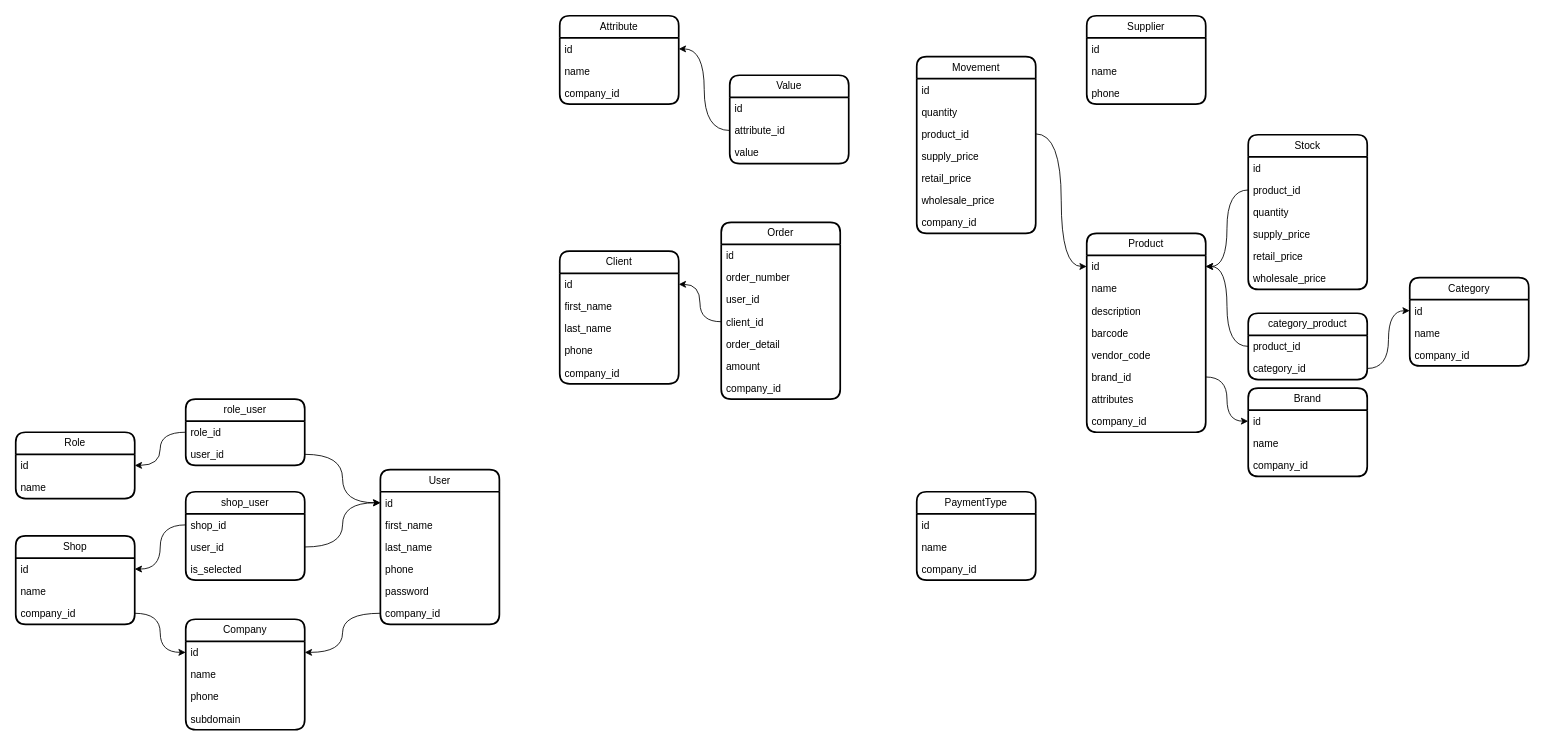
The draw.io diagram page "v3" (1 of 3) of karsoft-wsm.drawio in iztileuoff/databases, before the edit. Source tidied: cells renumbered, new cells numbered last; positions are measured from the earlier drawing's top-left corner, leaving out a move shared by most shapes. Both pictures are drawn from the tidied source at 85%, with x=0, y=0 at pixel (15, 15).
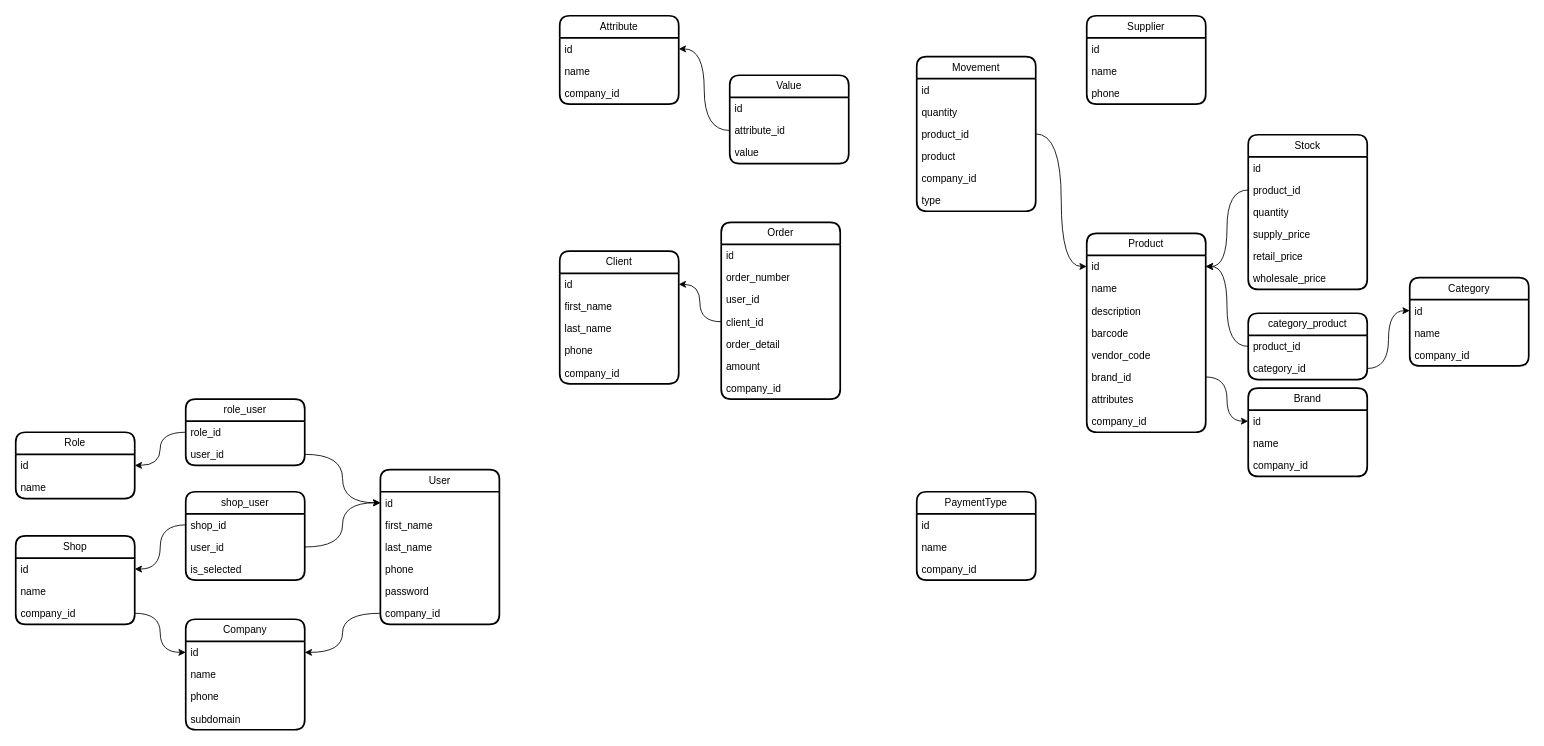
The same diagram, later.

Change to the diagram source:
```diff
@@
     <mxCell id="46" value="Movement" style="swimlane;fontStyle=0;horizontal=1;startSize=26;fillColor=none;whiteSpace=wrap;html=1;rounded=1;shadow=0;glass=0;strokeWidth=2;" parent="1" vertex="1">
-      <mxGeometry x="1060" y="48" width="140" height="208" as="geometry" />
+      <mxGeometry x="1060" y="48" width="140" height="182" as="geometry" />
     </mxCell>
@@
-    <mxCell id="50" value="supply_price" style="text;strokeColor=none;fillColor=none;align=left;verticalAlign=top;spacingLeft=4;spacingRight=4;overflow=hidden;whiteSpace=wrap;html=1;" parent="46" vertex="1">
+    <mxCell id="50" value="product" style="text;strokeColor=none;fillColor=none;align=left;verticalAlign=top;spacingLeft=4;spacingRight=4;overflow=hidden;whiteSpace=wrap;html=1;" parent="46" vertex="1">
       <mxGeometry y="104" width="140" height="26" as="geometry" />
     </mxCell>
-    <mxCell id="51" value="retail_price" style="text;strokeColor=none;fillColor=none;align=left;verticalAlign=top;spacingLeft=4;spacingRight=4;overflow=hidden;whiteSpace=wrap;html=1;" parent="46" vertex="1">
-      <mxGeometry y="130" width="140" height="26" as="geometry" />
-    </mxCell>
-    <mxCell id="52" value="wholesale_price" style="text;strokeColor=none;fillColor=none;align=left;verticalAlign=top;spacingLeft=4;spacingRight=4;overflow=hidden;whiteSpace=wrap;html=1;" parent="46" vertex="1">
-      <mxGeometry y="156" width="140" height="26" as="geometry" />
-    </mxCell>
     <mxCell id="53" value="company_id" style="text;strokeColor=none;fillColor=none;align=left;verticalAlign=top;spacingLeft=4;spacingRight=4;overflow=hidden;whiteSpace=wrap;html=1;" parent="46" vertex="1">
-      <mxGeometry y="182" width="140" height="26" as="geometry" />
+      <mxGeometry y="130" width="140" height="26" as="geometry" />
     </mxCell>
+    <mxCell id="106" value="type" style="text;strokeColor=none;fillColor=none;align=left;verticalAlign=top;spacingLeft=4;spacingRight=4;overflow=hidden;whiteSpace=wrap;html=1;" parent="46" vertex="1">
+      <mxGeometry y="156" width="140" height="26" as="geometry" />
+    </mxCell>
```
